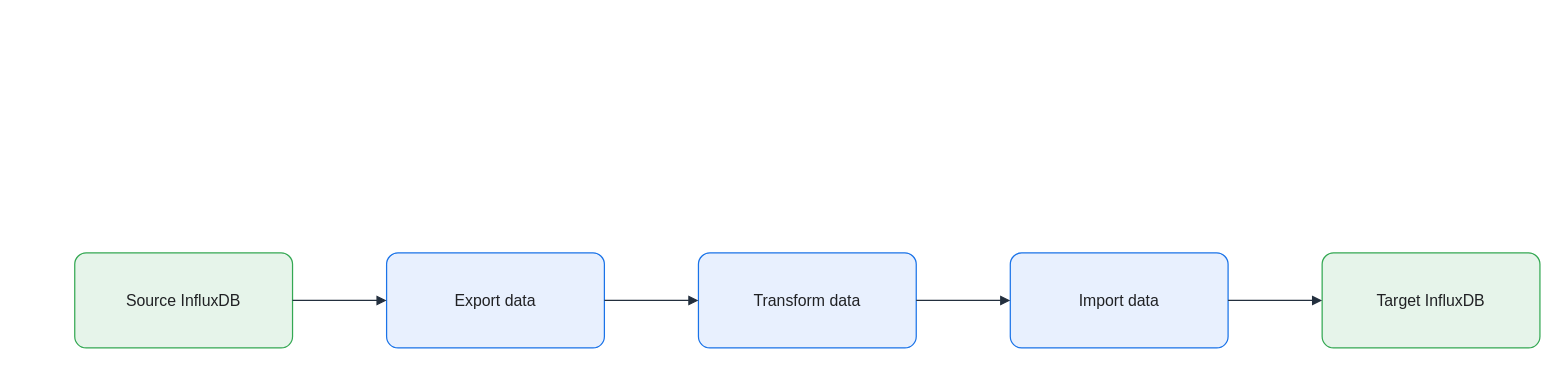
This is assets/img/database/influxdb-migration-flow.drawio from KKamJi98/kkamji98.github.io, a draw.io file, before an edit. Source tidied: cells renumbered, new cells numbered last; positions are measured from the earlier drawing's top-left corner, leaving out a move shared by most shapes. Both pictures are drawn from the tidied source at 99%, with x=0, y=0 at pixel (74, 252).
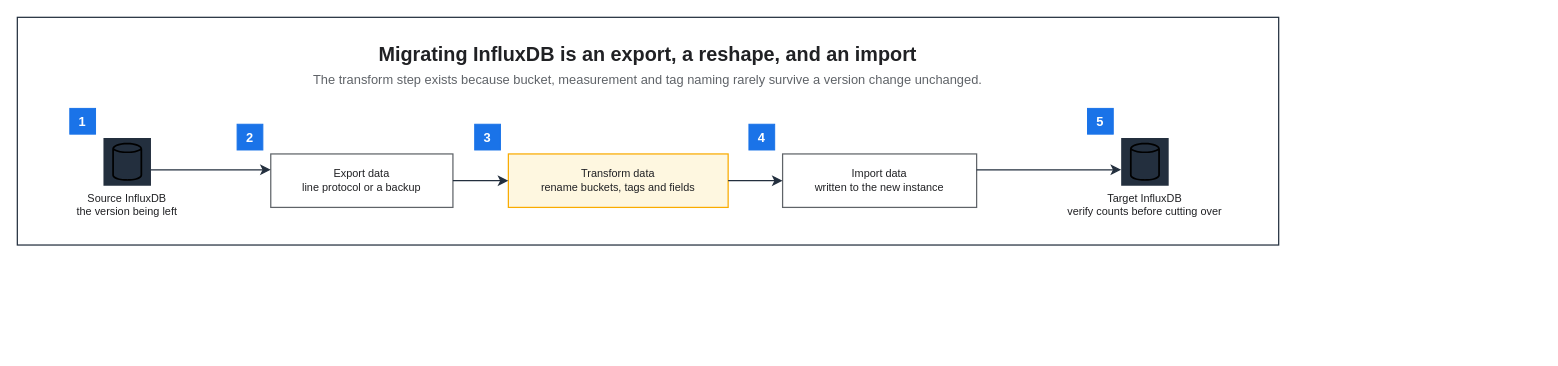
After the change.

Diff of the diagram source:
```diff
@@
 <mxGraphModel background="#FFFFFF">
   <root>
     <mxCell id="0" />
     <mxCell id="1" parent="0" />
-    <mxCell id="2" value="Source InfluxDB" style="rounded=1;arcSize=12;whiteSpace=wrap;html=0;fillColor=#E6F4EA;strokeColor=#34A853;strokeWidth=1.25;fontColor=#202124;fontSize=16;align=center;verticalAlign=middle;spacing=8;shadow=0;" parent="1" vertex="1">
-      <mxGeometry width="220" height="96" as="geometry" />
-    </mxCell>
-    <mxCell id="3" value="Export data" style="rounded=1;arcSize=12;whiteSpace=wrap;html=0;fillColor=#E8F0FE;strokeColor=#1A73E8;strokeWidth=1.25;fontColor=#202124;fontSize=16;align=center;verticalAlign=middle;spacing=8;shadow=0;" parent="1" vertex="1">
-      <mxGeometry x="315" width="220" height="96" as="geometry" />
-    </mxCell>
-    <mxCell id="4" value="Transform data" style="rounded=1;arcSize=12;whiteSpace=wrap;html=0;fillColor=#E8F0FE;strokeColor=#1A73E8;strokeWidth=1.25;fontColor=#202124;fontSize=16;align=center;verticalAlign=middle;spacing=8;shadow=0;" parent="1" vertex="1">
-      <mxGeometry x="630" width="220" height="96" as="geometry" />
-    </mxCell>
-    <mxCell id="5" value="Import data" style="rounded=1;arcSize=12;whiteSpace=wrap;html=0;fillColor=#E8F0FE;strokeColor=#1A73E8;strokeWidth=1.25;fontColor=#202124;fontSize=16;align=center;verticalAlign=middle;spacing=8;shadow=0;" parent="1" vertex="1">
-      <mxGeometry x="945" width="220" height="96" as="geometry" />
-    </mxCell>
-    <mxCell id="6" value="Target InfluxDB" style="rounded=1;arcSize=12;whiteSpace=wrap;html=0;fillColor=#E6F4EA;strokeColor=#34A853;strokeWidth=1.25;fontColor=#202124;fontSize=16;align=center;verticalAlign=middle;spacing=8;shadow=0;" parent="1" vertex="1">
-      <mxGeometry x="1260" width="220" height="96" as="geometry" />
-    </mxCell>
-    <mxCell id="7" style="edgeStyle=orthogonalEdgeStyle;rounded=0;jettySize=auto;html=0;endArrow=block;endFill=1;strokeColor=#232F3E;strokeWidth=1.25;fontColor=#202124;labelBackgroundColor=none;exitX=1;exitY=0.5;exitDx=0;exitDy=0;entryX=0;entryY=0.5;entryDx=0;entryDy=0;endSize=7;" parent="1" edge="1" source="2" target="3">
-      <mxGeometry relative="1" as="geometry" />
-    </mxCell>
-    <mxCell id="8" style="edgeStyle=orthogonalEdgeStyle;rounded=0;jettySize=auto;html=0;endArrow=block;endFill=1;strokeColor=#232F3E;strokeWidth=1.25;fontColor=#202124;labelBackgroundColor=none;exitX=1;exitY=0.5;exitDx=0;exitDy=0;entryX=0;entryY=0.5;entryDx=0;entryDy=0;endSize=7;" parent="1" edge="1" source="3" target="4">
-      <mxGeometry relative="1" as="geometry" />
-    </mxCell>
-    <mxCell id="9" style="edgeStyle=orthogonalEdgeStyle;rounded=0;jettySize=auto;html=0;endArrow=block;endFill=1;strokeColor=#232F3E;strokeWidth=1.25;fontColor=#202124;labelBackgroundColor=none;exitX=1;exitY=0.5;exitDx=0;exitDy=0;entryX=0;entryY=0.5;entryDx=0;entryDy=0;endSize=7;" parent="1" edge="1" source="4" target="5">
-      <mxGeometry relative="1" as="geometry" />
-    </mxCell>
-    <mxCell id="10" style="edgeStyle=orthogonalEdgeStyle;rounded=0;jettySize=auto;html=0;endArrow=block;endFill=1;strokeColor=#232F3E;strokeWidth=1.25;fontColor=#202124;labelBackgroundColor=none;exitX=1;exitY=0.5;exitDx=0;exitDy=0;entryX=0;entryY=0.5;entryDx=0;entryDy=0;endSize=7;" parent="1" edge="1" source="5" target="6">
-      <mxGeometry relative="1" as="geometry" />
-    </mxCell>
+    <mxCell id="11" style="rounded=0;html=0;fillColor=none;strokeColor=#232F3E;fontColor=#202124;strokeWidth=1.25;" parent="1" vertex="1">
+      <mxGeometry x="-58" y="-238" width="1274.1" height="230" as="geometry" />
+    </mxCell>
+    <mxCell id="12" value="Migrating InfluxDB is an export, a reshape, and an import" style="text;html=0;whiteSpace=wrap;fillColor=none;strokeColor=none;fontColor=#202124;fontSize=20;fontStyle=1;align=center;verticalAlign=middle;" parent="1" vertex="1">
+      <mxGeometry x="-36" y="-216" width="1230.1" height="30" as="geometry" />
+    </mxCell>
+    <mxCell id="13" value="The transform step exists because bucket, measurement and tag naming rarely survive a version change unchanged." style="text;html=0;whiteSpace=wrap;fillColor=none;strokeColor=none;fontColor=#5F6368;fontSize=13;fontStyle=0;align=center;verticalAlign=middle;" parent="1" vertex="1">
+      <mxGeometry x="-36" y="-186" width="1230.1" height="22" as="geometry" />
+    </mxCell>
+    <mxCell id="14" value="Source InfluxDB&#10;the version being left" style="sketch=0;outlineConnect=0;gradientColor=none;html=0;whiteSpace=nowrap;fontSize=11;fontStyle=0;fontColor=#202124;verticalLabelPosition=bottom;verticalAlign=top;align=center;labelBackgroundColor=none;fillColor=#232F3E;strokeColor=none;dashed=0;shape=mxgraph.aws4.resourceIcon;resIcon=mxgraph.aws4.generic_database;" parent="1" vertex="1">
+      <mxGeometry x="29" y="-116" width="48" height="48" as="geometry" />
+    </mxCell>
+    <mxCell id="15" value="Export data&#10;line protocol or a backup" style="rounded=0;whiteSpace=wrap;html=0;fillColor=#FFFFFF;strokeColor=#5F6368;fontColor=#202124;fontSize=11;fontStyle=0;align=center;verticalAlign=middle;spacingLeft=6;spacingRight=6;strokeWidth=1.25;" parent="1" vertex="1">
+      <mxGeometry x="198" y="-100" width="184" height="54" as="geometry" />
+    </mxCell>
+    <mxCell id="16" value="Transform data&#10;rename buckets, tags and fields" style="rounded=0;whiteSpace=wrap;html=0;fillColor=#FEF7E0;strokeColor=#F9AB00;fontColor=#202124;fontSize=11;fontStyle=0;align=center;verticalAlign=middle;spacingLeft=6;spacingRight=6;strokeWidth=1.25;" parent="1" vertex="1">
+      <mxGeometry x="438" y="-100" width="222" height="54" as="geometry" />
+    </mxCell>
+    <mxCell id="17" value="Import data&#10;written to the new instance" style="rounded=0;whiteSpace=wrap;html=0;fillColor=#FFFFFF;strokeColor=#5F6368;fontColor=#202124;fontSize=11;fontStyle=0;align=center;verticalAlign=middle;spacingLeft=6;spacingRight=6;strokeWidth=1.25;" parent="1" vertex="1">
+      <mxGeometry x="715" y="-100" width="196" height="54" as="geometry" />
+    </mxCell>
+    <mxCell id="18" value="Target InfluxDB&#10;verify counts before cutting over" style="sketch=0;outlineConnect=0;gradientColor=none;html=0;whiteSpace=nowrap;fontSize=11;fontStyle=0;fontColor=#202124;verticalLabelPosition=bottom;verticalAlign=top;align=center;labelBackgroundColor=none;fillColor=#232F3E;strokeColor=none;dashed=0;shape=mxgraph.aws4.resourceIcon;resIcon=mxgraph.aws4.generic_database;" parent="1" vertex="1">
+      <mxGeometry x="1057" y="-116" width="48" height="48" as="geometry" />
+    </mxCell>
+    <mxCell id="19" value="1" style="rounded=0;whiteSpace=wrap;html=0;fillColor=#1A73E8;strokeColor=#1A73E8;fontColor=#FFFFFF;fontSize=13;fontStyle=1;align=center;verticalAlign=middle;" parent="1" vertex="1">
+      <mxGeometry x="-5" y="-146" width="26" height="26" as="geometry" />
+    </mxCell>
+    <mxCell id="20" value="2" style="rounded=0;whiteSpace=wrap;html=0;fillColor=#1A73E8;strokeColor=#1A73E8;fontColor=#FFFFFF;fontSize=13;fontStyle=1;align=center;verticalAlign=middle;" parent="1" vertex="1">
+      <mxGeometry x="164" y="-130" width="26" height="26" as="geometry" />
+    </mxCell>
+    <mxCell id="21" value="3" style="rounded=0;whiteSpace=wrap;html=0;fillColor=#1A73E8;strokeColor=#1A73E8;fontColor=#FFFFFF;fontSize=13;fontStyle=1;align=center;verticalAlign=middle;" parent="1" vertex="1">
+      <mxGeometry x="404" y="-130" width="26" height="26" as="geometry" />
+    </mxCell>
+    <mxCell id="22" value="4" style="rounded=0;whiteSpace=wrap;html=0;fillColor=#1A73E8;strokeColor=#1A73E8;fontColor=#FFFFFF;fontSize=13;fontStyle=1;align=center;verticalAlign=middle;" parent="1" vertex="1">
+      <mxGeometry x="681" y="-130" width="26" height="26" as="geometry" />
+    </mxCell>
+    <mxCell id="23" value="5" style="rounded=0;whiteSpace=wrap;html=0;fillColor=#1A73E8;strokeColor=#1A73E8;fontColor=#FFFFFF;fontSize=13;fontStyle=1;align=center;verticalAlign=middle;" parent="1" vertex="1">
+      <mxGeometry x="1023" y="-146" width="26" height="26" as="geometry" />
+    </mxCell>
+    <mxCell id="24" style="edgeStyle=orthogonalEdgeStyle;rounded=0;html=0;strokeColor=#232F3E;strokeWidth=1.25;endArrow=classic;endFill=1;endSize=7;fontSize=11;fontColor=#202124;labelBackgroundColor=none;jettySize=14;exitX=1;exitY=0.6667;entryX=0;entryY=0.2963;exitDx=0;exitDy=0;entryDx=0;entryDy=0;" parent="1" edge="1" source="14" target="15">
+      <mxGeometry relative="1" as="geometry" />
+    </mxCell>
+    <mxCell id="25" style="edgeStyle=orthogonalEdgeStyle;rounded=0;html=0;strokeColor=#232F3E;strokeWidth=1.25;endArrow=classic;endFill=1;endSize=7;fontSize=11;fontColor=#202124;labelBackgroundColor=none;jettySize=14;exitX=1;exitY=0.5;entryX=0;entryY=0.5;exitDx=0;exitDy=0;entryDx=0;entryDy=0;" parent="1" edge="1" source="15" target="16">
+      <mxGeometry relative="1" as="geometry" />
+    </mxCell>
+    <mxCell id="26" style="edgeStyle=orthogonalEdgeStyle;rounded=0;html=0;strokeColor=#232F3E;strokeWidth=1.25;endArrow=classic;endFill=1;endSize=7;fontSize=11;fontColor=#202124;labelBackgroundColor=none;jettySize=14;exitX=1;exitY=0.5;entryX=0;entryY=0.5;exitDx=0;exitDy=0;entryDx=0;entryDy=0;" parent="1" edge="1" source="16" target="17">
+      <mxGeometry relative="1" as="geometry" />
+    </mxCell>
+    <mxCell id="27" style="edgeStyle=orthogonalEdgeStyle;rounded=0;html=0;strokeColor=#232F3E;strokeWidth=1.25;endArrow=classic;endFill=1;endSize=7;fontSize=11;fontColor=#202124;labelBackgroundColor=none;jettySize=14;exitX=1;exitY=0.2963;entryX=0;entryY=0.6667;exitDx=0;exitDy=0;entryDx=0;entryDy=0;" parent="1" edge="1" source="17" target="18">
+      <mxGeometry relative="1" as="geometry" />
+    </mxCell>
   </root>
 </mxGraphModel>
```
